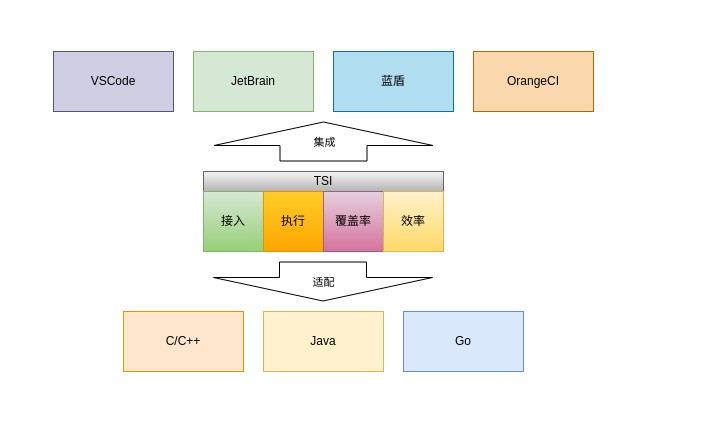
Before: TPTArch.drawio in MengJie/design, a draw.io diagram. Source tidied: cells renumbered, new cells numbered last; positions are measured from the earlier drawing's top-left corner, leaving out a move shared by most shapes. Both pictures are drawn from the tidied source at 100%, with x=0, y=0 at pixel (53, 51).
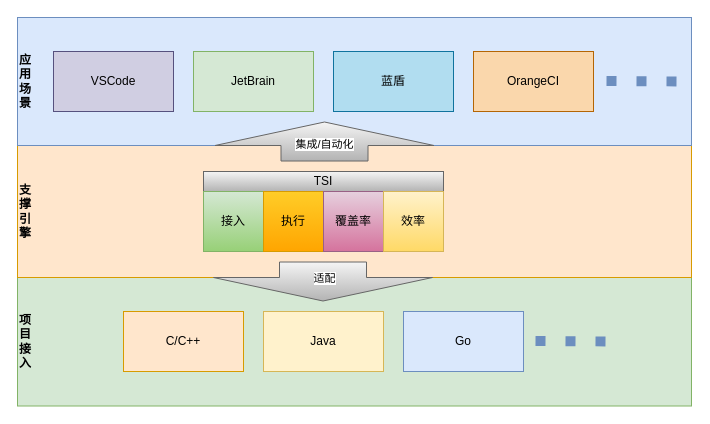
After the change.

What changed in the source:
```diff
@@
+    <mxCell id="19" value="&lt;b&gt;项&lt;br&gt;目&lt;br&gt;接&lt;br&gt;入&lt;/b&gt;" style="rounded=0;whiteSpace=wrap;html=1;fillColor=#d5e8d4;strokeColor=#82b366;align=left;" parent="1" vertex="1">
+      <mxGeometry x="-36" y="225.5" width="674" height="129" as="geometry" />
+    </mxCell>
+    <mxCell id="20" value="&lt;b&gt;支&lt;br&gt;撑&lt;br&gt;引&lt;br&gt;擎&lt;/b&gt;" style="rounded=0;whiteSpace=wrap;html=1;fillColor=#ffe6cc;strokeColor=#d79b00;align=left;" parent="1" vertex="1">
+      <mxGeometry x="-36" y="94" width="674" height="132" as="geometry" />
+    </mxCell>
+    <mxCell id="21" value="&lt;b&gt;应&lt;br&gt;用&lt;br&gt;场&lt;br&gt;景&lt;/b&gt;" style="rounded=0;whiteSpace=wrap;html=1;fillColor=#dae8fc;strokeColor=#6c8ebf;align=left;" parent="1" vertex="1">
+      <mxGeometry x="-36" y="-34" width="674" height="128" as="geometry" />
+    </mxCell>
@@
-    <mxCell id="15" style="shape=flexArrow;endArrow=classic;html=1;endWidth=131;endSize=7.5;width=87;" parent="1" edge="1">
+    <mxCell id="15" style="shape=flexArrow;endArrow=classic;html=1;endWidth=131;endSize=7.5;width=87;gradientColor=#b3b3b3;fillColor=#f5f5f5;strokeColor=#666666;" parent="1" edge="1">
       <mxGeometry relative="1" as="geometry">
-        <mxPoint x="270" y="110" as="sourcePoint" />
-        <mxPoint x="270" y="70" as="targetPoint" />
+        <mxPoint x="271" y="110" as="sourcePoint" />
+        <mxPoint x="271" y="70" as="targetPoint" />
       </mxGeometry>
     </mxCell>
-    <mxCell id="16" value="集成" style="edgeLabel;html=1;align=center;verticalAlign=middle;" parent="15" vertex="1">
+    <mxCell id="16" value="集成/自动化" style="edgeLabel;html=1;align=center;verticalAlign=middle;" parent="15" vertex="1">
       <mxGeometry x="-0.25" y="-23" relative="1" as="geometry">
-        <mxPoint x="-23" y="-5" as="offset" />
+        <mxPoint x="-24" y="-3" as="offset" />
       </mxGeometry>
     </mxCell>
-    <mxCell id="17" style="shape=flexArrow;endArrow=none;html=1;endWidth=131;endSize=7.5;width=87;startArrow=block;endFill=0;startWidth=131;startSize=7.5;" parent="1" edge="1">
+    <mxCell id="17" style="shape=flexArrow;endArrow=none;html=1;endWidth=131;endSize=7.5;width=87;startArrow=block;endFill=0;startWidth=131;startSize=7.5;gradientColor=#b3b3b3;fillColor=#f5f5f5;strokeColor=#666666;" parent="1" edge="1">
       <mxGeometry relative="1" as="geometry">
         <mxPoint x="269.5" y="250" as="sourcePoint" />
         <mxPoint x="269.5" y="210" as="targetPoint" />
       </mxGeometry>
     </mxCell>
     <mxCell id="18" value="适配" style="edgeLabel;html=1;align=center;verticalAlign=middle;" parent="17" vertex="1">
       <mxGeometry x="-0.25" y="-23" relative="1" as="geometry">
-        <mxPoint x="-23" y="-5" as="offset" />
+        <mxPoint x="-22" y="-9" as="offset" />
       </mxGeometry>
     </mxCell>
+    <mxCell id="22" style="endArrow=none;dashed=1;html=1;strokeWidth=10;dashPattern=1 2;fillColor=#dae8fc;strokeColor=#6c8ebf;" parent="1" edge="1">
+      <mxGeometry relative="1" as="geometry">
+        <mxPoint x="553" y="29.5" as="sourcePoint" />
+        <mxPoint x="633" y="30" as="targetPoint" />
+      </mxGeometry>
+    </mxCell>
+    <mxCell id="23" style="endArrow=none;dashed=1;html=1;strokeWidth=10;dashPattern=1 2;fillColor=#dae8fc;strokeColor=#6c8ebf;" parent="1" edge="1">
+      <mxGeometry relative="1" as="geometry">
+        <mxPoint x="482" y="289.5" as="sourcePoint" />
+        <mxPoint x="562" y="290" as="targetPoint" />
+      </mxGeometry>
+    </mxCell>
```
